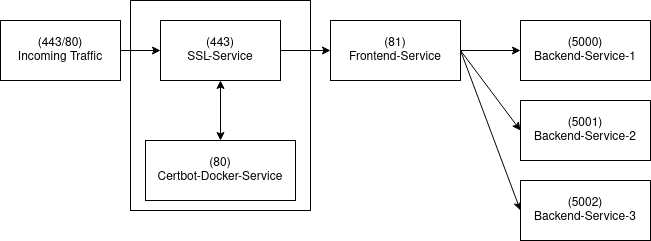
mediatechnologycenter/docker-compose-ssl-service keeps this draw.io diagram as example-frontend/SSL-Service-Overview.png. Above is the earlier version. Source tidied: cells renumbered, new cells last; positions are measured from the earlier drawing's top-left corner, leaving out a move shared by most shapes.
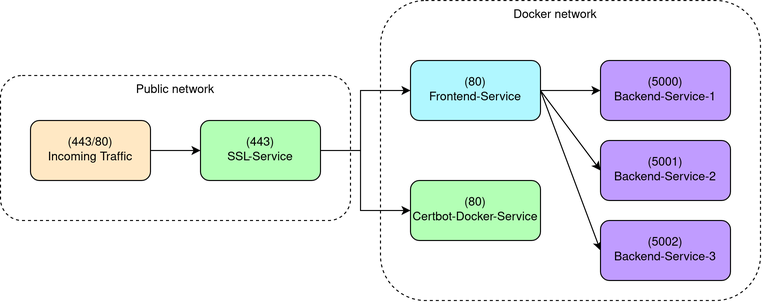
The same file after the commit.

Change to the diagram source:
```diff
@@ -2,23 +2,31 @@
   <root>
     <mxCell id="0" />
     <mxCell id="1" parent="0" />
+    <mxCell id="16" style="rounded=1;whiteSpace=wrap;html=1;dashed=1;fillColor=none;" parent="1" vertex="1">
+      <mxGeometry x="-80" y="35" width="350" height="145" as="geometry" />
+    </mxCell>
+    <mxCell id="17" style="rounded=1;whiteSpace=wrap;html=1;dashed=1;fillColor=none;" parent="1" vertex="1">
+      <mxGeometry x="300" y="-40" width="380" height="300" as="geometry" />
+    </mxCell>
     <mxCell id="2" style="edgeStyle=orthogonalEdgeStyle;rounded=0;jettySize=auto;html=1;entryX=0;entryY=0.5;entryDx=0;entryDy=0;" parent="1" edge="1" source="3" target="6">
       <mxGeometry relative="1" as="geometry" />
     </mxCell>
-    <mxCell id="3" value="(443/80) &lt;br&gt;Incoming Traffic" style="rounded=0;whiteSpace=wrap;html=1;" parent="1" vertex="1">
-      <mxGeometry y="20" width="120" height="60" as="geometry" />
+    <mxCell id="3" value="(443/80) &lt;br&gt;Incoming Traffic" style="rounded=1;whiteSpace=wrap;html=1;fillColor=#FFE8C4;" parent="1" vertex="1">
+      <mxGeometry x="-50" y="80" width="120" height="60" as="geometry" />
     </mxCell>
     <mxCell id="4" style="edgeStyle=orthogonalEdgeStyle;rounded=0;jettySize=auto;html=1;entryX=0;entryY=0.5;entryDx=0;entryDy=0;" parent="1" edge="1" source="6" target="11">
-      <mxGeometry relative="1" as="geometry" />
+      <mxGeometry relative="1" as="geometry">
+        <Array as="points">
+          <mxPoint x="280" y="110" />
+          <mxPoint x="280" y="50" />
+        </Array>
+      </mxGeometry>
     </mxCell>
-    <mxCell id="5" style="edgeStyle=none;rounded=0;jettySize=auto;html=1;entryX=0.5;entryY=0;entryDx=0;entryDy=0;startArrow=classic;startFill=1;" parent="1" edge="1" source="6" target="7">
-      <mxGeometry relative="1" as="geometry" />
-    </mxCell>
-    <mxCell id="6" value="(443)&lt;br&gt;SSL-Service" style="rounded=0;whiteSpace=wrap;html=1;" parent="1" vertex="1">
-      <mxGeometry x="160" y="20" width="120" height="60" as="geometry" />
+    <mxCell id="6" value="(443)&lt;br&gt;SSL-Service" style="rounded=1;whiteSpace=wrap;html=1;fillColor=#B3FFB5;" parent="1" vertex="1">
+      <mxGeometry x="120" y="80" width="120" height="60" as="geometry" />
     </mxCell>
-    <mxCell id="7" value="(80)&lt;br&gt;Certbot-Docker-Service" style="rounded=0;whiteSpace=wrap;html=1;" parent="1" vertex="1">
-      <mxGeometry x="145" y="140" width="150" height="60" as="geometry" />
+    <mxCell id="7" value="(80)&lt;br&gt;Certbot-Docker-Service" style="rounded=1;whiteSpace=wrap;html=1;fillColor=#B3FFB5;" parent="1" vertex="1">
+      <mxGeometry x="330" y="140" width="130" height="60" as="geometry" />
     </mxCell>
     <mxCell id="8" style="rounded=0;jettySize=auto;html=1;entryX=0;entryY=0.5;entryDx=0;entryDy=0;startArrow=none;startFill=0;" parent="1" edge="1" source="11" target="12">
       <mxGeometry relative="1" as="geometry" />
@@ -29,20 +37,31 @@
     <mxCell id="10" style="edgeStyle=none;rounded=0;jettySize=auto;html=1;entryX=0;entryY=0.5;entryDx=0;entryDy=0;startArrow=none;startFill=0;exitX=1;exitY=0.5;exitDx=0;exitDy=0;" parent="1" edge="1" source="11" target="14">
       <mxGeometry relative="1" as="geometry" />
     </mxCell>
-    <mxCell id="11" value="(81)&lt;br&gt;Frontend-Service" style="rounded=0;whiteSpace=wrap;html=1;" parent="1" vertex="1">
+    <mxCell id="11" value="(80)&lt;br&gt;Frontend-Service" style="rounded=1;whiteSpace=wrap;html=1;fillColor=#B0F7FF;" parent="1" vertex="1">
       <mxGeometry x="330" y="20" width="130" height="60" as="geometry" />
     </mxCell>
-    <mxCell id="12" value="(5000)&lt;br&gt;Backend-Service-1" style="rounded=0;whiteSpace=wrap;html=1;" parent="1" vertex="1">
+    <mxCell id="12" value="(5000)&lt;br&gt;Backend-Service-1" style="rounded=1;whiteSpace=wrap;html=1;fillColor=#C09CFF;" parent="1" vertex="1">
       <mxGeometry x="520" y="20" width="130" height="60" as="geometry" />
     </mxCell>
-    <mxCell id="13" value="(5001)&lt;br&gt;Backend-Service-2" style="rounded=0;whiteSpace=wrap;html=1;" parent="1" vertex="1">
+    <mxCell id="13" value="(5001)&lt;br&gt;Backend-Service-2" style="rounded=1;whiteSpace=wrap;html=1;fillColor=#C09CFF;" parent="1" vertex="1">
       <mxGeometry x="520" y="100" width="130" height="60" as="geometry" />
     </mxCell>
-    <mxCell id="14" value="(5002)&lt;br&gt;Backend-Service-3" style="rounded=0;whiteSpace=wrap;html=1;" parent="1" vertex="1">
+    <mxCell id="14" value="(5002)&lt;br&gt;Backend-Service-3" style="rounded=1;whiteSpace=wrap;html=1;fillColor=#C09CFF;" parent="1" vertex="1">
       <mxGeometry x="520" y="180" width="130" height="60" as="geometry" />
     </mxCell>
-    <mxCell id="15" style="rounded=0;whiteSpace=wrap;html=1;fillColor=none;" parent="1" vertex="1">
-      <mxGeometry x="130" width="180" height="210" as="geometry" />
-    </mxCell>
+    <mxCell id="18" value="Public network" style="text;html=1;strokeColor=none;fillColor=none;align=center;verticalAlign=middle;whiteSpace=wrap;rounded=0;dashed=1;" parent="1" vertex="1">
+      <mxGeometry x="50" y="35" width="90" height="30" as="geometry" />
+    </mxCell>
+    <mxCell id="19" value="Docker network" style="text;html=1;strokeColor=none;fillColor=none;align=center;verticalAlign=middle;whiteSpace=wrap;rounded=0;dashed=1;" parent="1" vertex="1">
+      <mxGeometry x="430" y="-40" width="90" height="30" as="geometry" />
+    </mxCell>
+    <mxCell id="5" style="edgeStyle=segmentEdgeStyle;endArrow=classic;html=1;rounded=0;entryX=0;entryY=0.5;entryDx=0;entryDy=0;exitX=1;exitY=0.5;exitDx=0;exitDy=0;" parent="1" edge="1" source="6" target="7">
+      <mxGeometry relative="1" as="geometry">
+        <Array as="points">
+          <mxPoint x="280" y="110" />
+          <mxPoint x="280" y="170" />
+        </Array>
+      </mxGeometry>
+    </mxCell>
   </root>
 </mxGraphModel>
```
